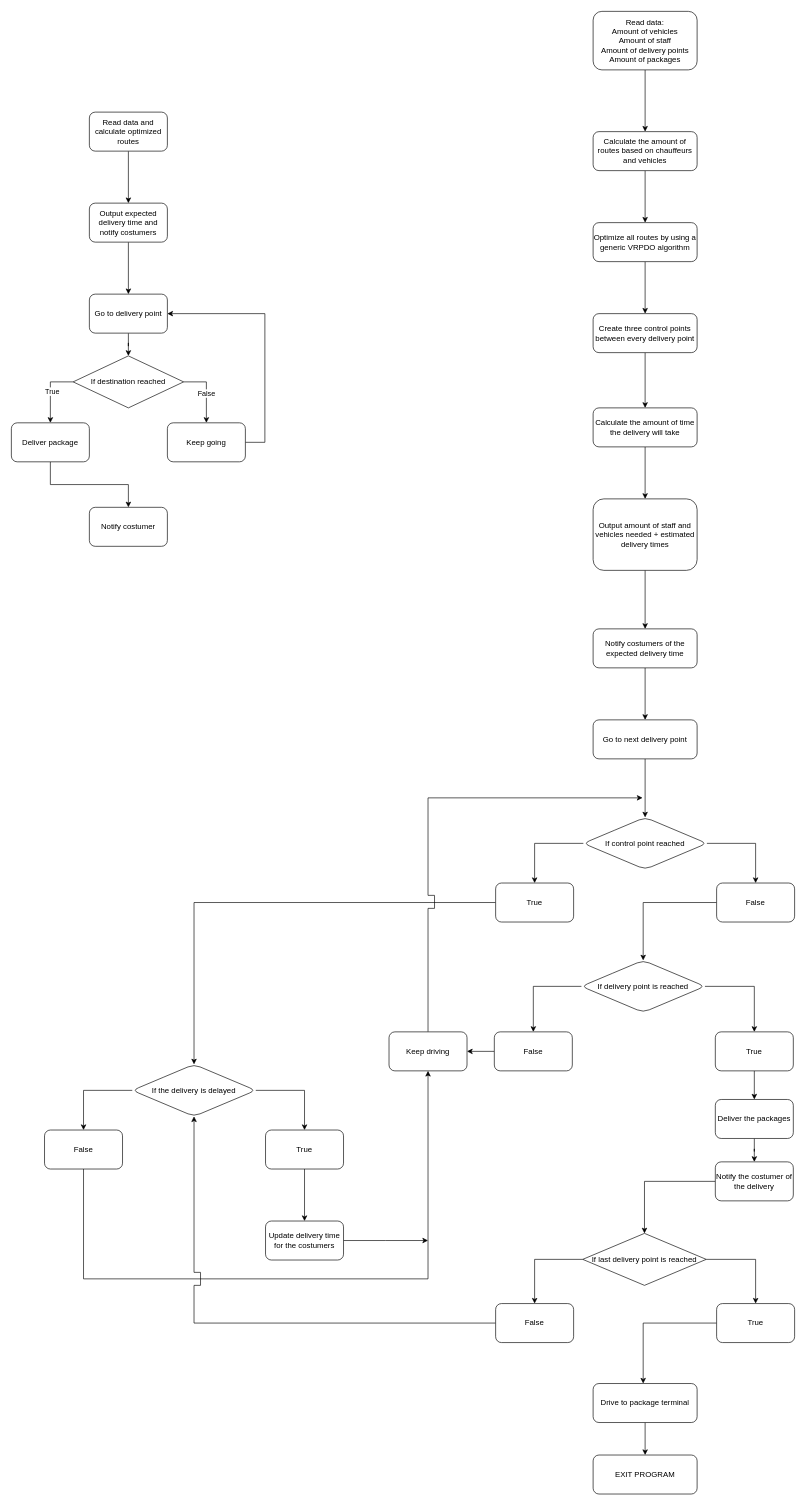
xahen/P1_G7_packagedelivery keeps this draw.io diagram as flowchart.drawio. Above is the earlier version. Source tidied: cells renumbered, new cells numbered last; positions are measured from the earlier drawing's top-left corner, leaving out a move shared by most shapes. Both pictures are drawn from the tidied source at 65%, with x=0, y=0 at pixel (11, 11).
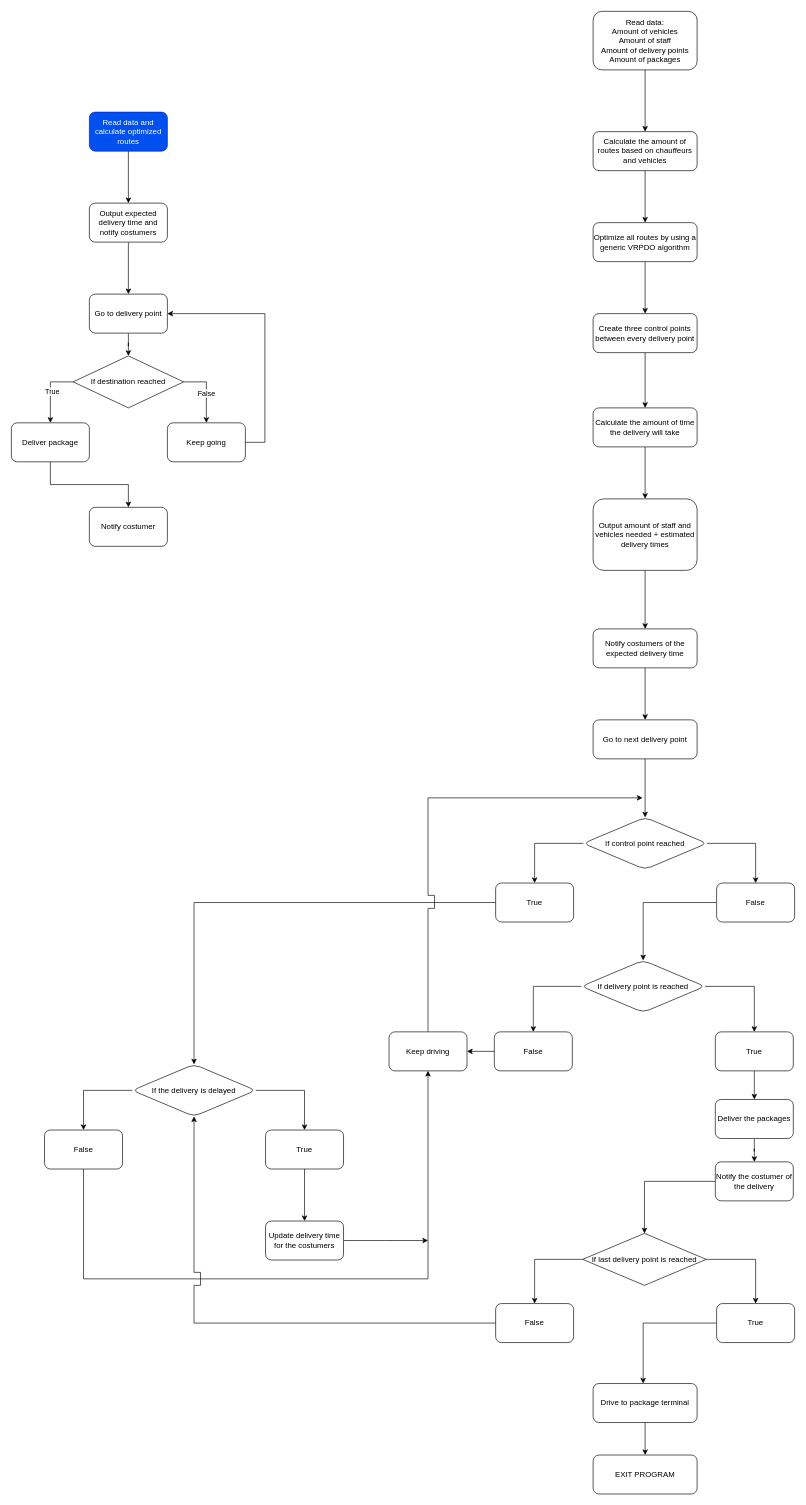
Above is the later version.

Unchanged cells that the change refers to:
```xml
<mxCell id="60" value="Output expected delivery time and notify costumers" style="whiteSpace=wrap;html=1;rounded=1;" parent="1" vertex="1">
  <mxGeometry x="120" y="295" width="120" height="60" as="geometry" />
</mxCell>
```

Change to the diagram source:
```diff
@@
-    <mxCell id="57" style="edgeStyle=orthogonalEdgeStyle;rounded=0;jettySize=auto;html=1;" parent="1" edge="1" source="58" target="60">
+    <mxCell id="57" style="edgeStyle=orthogonalEdgeStyle;rounded=0;jettySize=auto;html=1;strokeColor=#000000;" parent="1" edge="1" source="58" target="60">
       <mxGeometry relative="1" as="geometry" />
     </mxCell>
-    <mxCell id="58" value="Read data and calculate optimized routes" style="whiteSpace=wrap;html=1;rounded=1;" parent="1" vertex="1">
+    <mxCell id="58" value="Read data and calculate optimized routes" style="whiteSpace=wrap;html=1;rounded=1;fillColor=#0050ef;fontColor=#ffffff;strokeColor=#001DBC;" parent="1" vertex="1">
       <mxGeometry x="120" y="155" width="120" height="60" as="geometry" />
     </mxCell>
```
